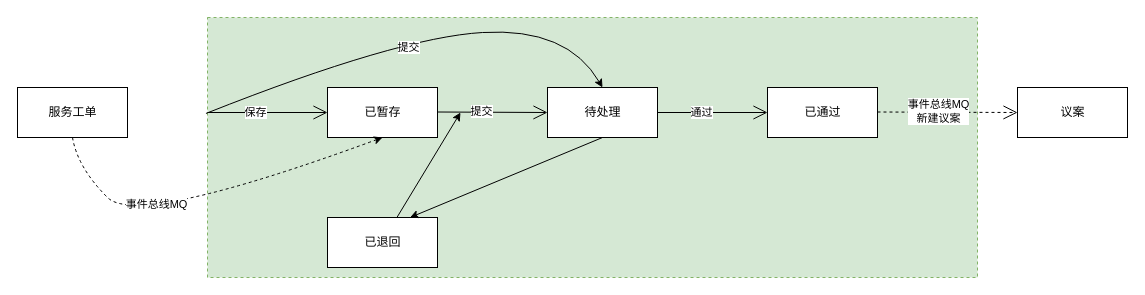
The draw.io diagram page "DTR事件设计" (5 of 6) of images/DTR时序图.drawio in 1132489442/designer, before the edit. Source tidied: cells renumbered, new cells numbered last; positions are measured from the earlier drawing's top-left corner, leaving out a move shared by most shapes. Both pictures are drawn from the tidied source at 100%, with x=0, y=0 at pixel (17, 17).
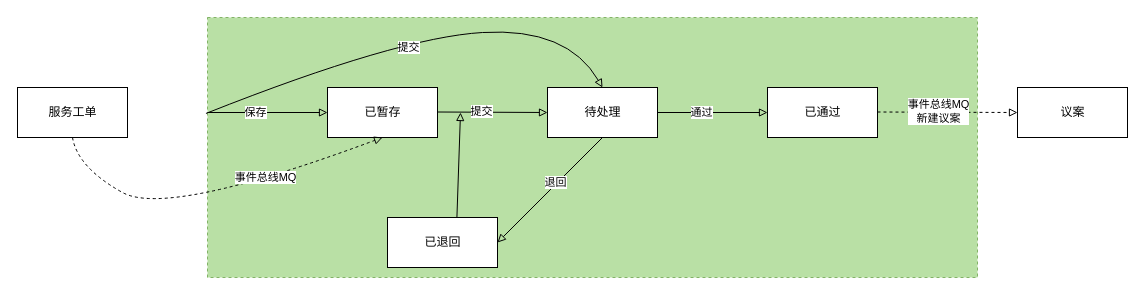
Above is the later version.

The change refers to these unchanged cells:
```xml
<mxCell id="3" value="已通过" style="html=1;" parent="1" vertex="1">
  <mxGeometry x="750" y="70" width="110" height="50" as="geometry" />
</mxCell>
<mxCell id="4" value="待处理" style="html=1;" parent="1" vertex="1">
  <mxGeometry x="530" y="70" width="110" height="50" as="geometry" />
</mxCell>
<mxCell id="10" value="已暂存" style="html=1;" parent="1" vertex="1">
  <mxGeometry x="310" y="70" width="110" height="50" as="geometry" />
</mxCell>
<mxCell id="17" value="议案" style="html=1;" parent="1" vertex="1">
  <mxGeometry x="1000" y="70" width="110" height="50" as="geometry" />
</mxCell>
<mxCell id="20" value="服务工单" style="html=1;" parent="1" vertex="1">
  <mxGeometry y="70" width="110" height="50" as="geometry" />
</mxCell>
```

Diff of the diagram source:
```diff
@@
-    <mxCell id="2" style="rounded=0;whiteSpace=wrap;html=1;dashed=1;labelBackgroundColor=default;fillColor=#d5e8d4;strokeColor=#82b366;" parent="1" vertex="1">
+    <mxCell id="2" style="rounded=0;whiteSpace=wrap;html=1;dashed=1;labelBackgroundColor=default;fillColor=#B9E0A5;strokeColor=#82b366;" parent="1" vertex="1">
       <mxGeometry x="190" width="770" height="260" as="geometry" />
     </mxCell>
@@
-    <mxCell id="5" style="endArrow=open;endSize=12;html=1;rounded=0;entryX=0;entryY=0.5;entryDx=0;entryDy=0;" parent="1" edge="1" target="3">
+    <mxCell id="5" style="endArrow=block;endSize=6;html=1;rounded=0;entryX=0;entryY=0.5;entryDx=0;entryDy=0;endFill=0;" parent="1" edge="1" target="3">
       <mxGeometry relative="1" as="geometry">
         <mxPoint x="640" y="95" as="sourcePoint" />
       </mxGeometry>
     </mxCell>
@@
-    <mxCell id="7" style="endArrow=open;endSize=12;html=1;rounded=0;entryX=0;entryY=0.5;entryDx=0;entryDy=0;entryPerimeter=0;" parent="1" edge="1" target="10">
+    <mxCell id="7" style="endArrow=block;endSize=6;html=1;rounded=0;entryX=0;entryY=0.5;entryDx=0;entryDy=0;entryPerimeter=0;endFill=0;" parent="1" edge="1" target="10">
       <mxGeometry relative="1" as="geometry">
         <mxPoint x="190" y="95" as="sourcePoint" />
       </mxGeometry>
     </mxCell>
@@
     <mxCell id="9" value="已退回" style="html=1;" parent="1" vertex="1">
-      <mxGeometry x="310" y="200" width="110" height="50" as="geometry" />
+      <mxGeometry x="370" y="200" width="110" height="50" as="geometry" />
     </mxCell>
@@
-    <mxCell id="11" style="endArrow=open;endSize=12;html=1;rounded=0;exitX=1;exitY=0.5;exitDx=0;exitDy=0;" parent="1" edge="1">
+    <mxCell id="11" style="endArrow=block;endSize=6;html=1;rounded=0;exitX=1;exitY=0.5;exitDx=0;exitDy=0;endFill=0;" parent="1" edge="1">
       <mxGeometry relative="1" as="geometry">
         <mxPoint x="420" y="94.5" as="sourcePoint" />
         <mxPoint x="530" y="95" as="targetPoint" />
       </mxGeometry>
     </mxCell>
@@
-    <mxCell id="13" style="curved=1;endArrow=classic;html=1;rounded=0;entryX=0.5;entryY=0;entryDx=0;entryDy=0;exitX=-0.002;exitY=0.369;exitDx=0;exitDy=0;exitPerimeter=0;" parent="1" edge="1" source="2" target="4">
+    <mxCell id="13" style="curved=1;endArrow=block;html=1;rounded=0;entryX=0.5;entryY=0;entryDx=0;entryDy=0;exitX=-0.002;exitY=0.369;exitDx=0;exitDy=0;exitPerimeter=0;endFill=0;" parent="1" edge="1" source="2" target="4">
       <mxGeometry relative="1" as="geometry">
         <Array as="points">
           <mxPoint x="380" y="20" />
           <mxPoint x="550" y="10" />
         </Array>
       </mxGeometry>
     </mxCell>
@@
-    <mxCell id="15" style="endArrow=classic;html=1;rounded=0;exitX=0.5;exitY=1;exitDx=0;exitDy=0;entryX=0.75;entryY=0;entryDx=0;entryDy=0;" parent="1" edge="1" source="4" target="9">
+    <mxCell id="15" style="endArrow=block;html=1;rounded=0;exitX=0.5;exitY=1;exitDx=0;exitDy=0;entryX=1;entryY=0.5;entryDx=0;entryDy=0;endFill=0;" parent="1" edge="1" source="4" target="9">
       <mxGeometry relative="1" as="geometry" />
     </mxCell>
+    <mxCell id="23" value="退回" style="edgeLabel;html=1;align=center;verticalAlign=middle;" parent="15" vertex="1">
+      <mxGeometry x="-0.12" y="3" relative="1" as="geometry">
+        <mxPoint x="-4" y="-4" as="offset" />
+      </mxGeometry>
+    </mxCell>
-    <mxCell id="16" style="endArrow=classic;html=1;rounded=0;exitX=0.631;exitY=0;exitDx=0;exitDy=0;exitPerimeter=0;" parent="1" edge="1" source="9">
+    <mxCell id="16" style="endArrow=block;html=1;rounded=0;exitX=0.631;exitY=0;exitDx=0;exitDy=0;exitPerimeter=0;endFill=0;" parent="1" edge="1" source="9">
       <mxGeometry relative="1" as="geometry">
         <mxPoint x="443" y="95" as="targetPoint" />
       </mxGeometry>
     </mxCell>
@@
-    <mxCell id="18" style="endArrow=open;endSize=12;html=1;rounded=0;entryX=0;entryY=0.5;entryDx=0;entryDy=0;dashed=1;" parent="1" edge="1" target="17">
+    <mxCell id="18" style="endArrow=block;endSize=6;html=1;rounded=0;entryX=0;entryY=0.5;entryDx=0;entryDy=0;dashed=1;endFill=0;" parent="1" edge="1" target="17">
       <mxGeometry relative="1" as="geometry">
         <mxPoint x="860" y="94.5" as="sourcePoint" />
       </mxGeometry>
     </mxCell>
@@
-    <mxCell id="21" style="curved=1;endArrow=classic;html=1;rounded=0;dashed=1;exitX=0.5;exitY=1;exitDx=0;exitDy=0;entryX=0.5;entryY=1;entryDx=0;entryDy=0;" parent="1" edge="1" source="20" target="10">
+    <mxCell id="21" style="curved=1;endArrow=block;html=1;rounded=0;dashed=1;exitX=0.5;exitY=1;exitDx=0;exitDy=0;entryX=0.5;entryY=1;entryDx=0;entryDy=0;endFill=0;" parent="1" edge="1" source="20" target="10">
       <mxGeometry relative="1" as="geometry">
         <Array as="points">
           <mxPoint x="60" y="150" />
-          <mxPoint x="120" y="210" />
+          <mxPoint x="150" y="200" />
         </Array>
       </mxGeometry>
     </mxCell>
     <mxCell id="22" value="事件总线MQ" style="edgeLabel;html=1;align=center;verticalAlign=middle;" parent="21" vertex="1">
-      <mxGeometry x="-0.25" y="16" relative="1" as="geometry" />
+      <mxGeometry x="-0.25" y="16" relative="1" as="geometry">
+        <mxPoint x="101" y="-25" as="offset" />
+      </mxGeometry>
     </mxCell>
```
